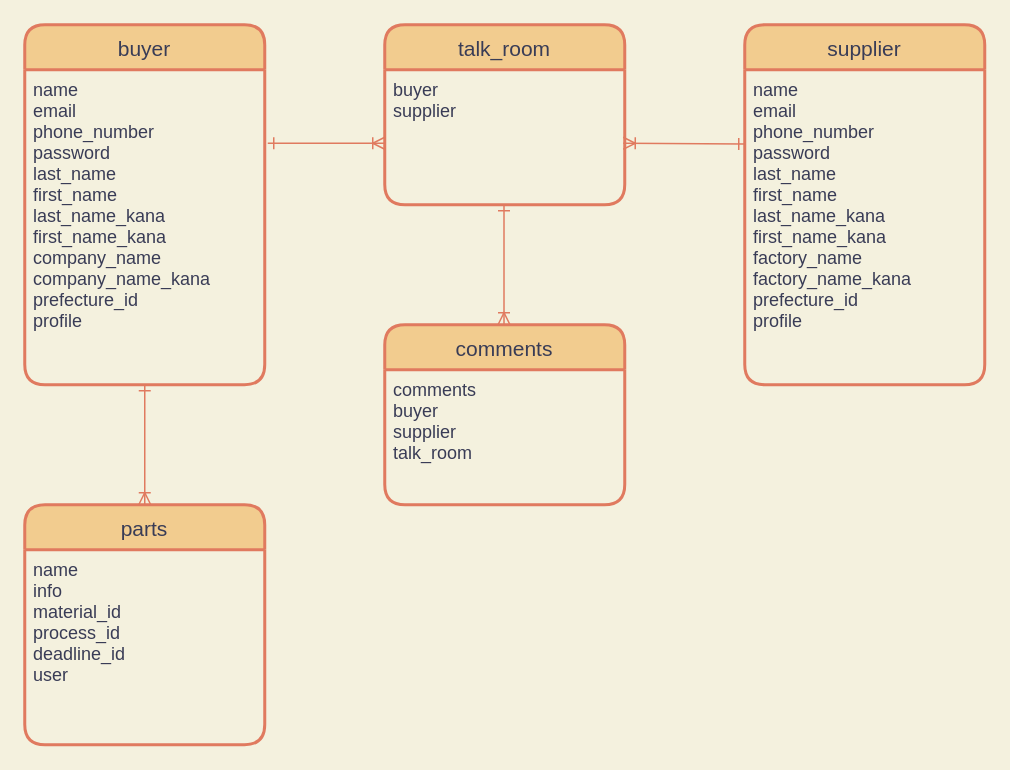
This is er.dio from kohei-san/e-supplier, a draw.io file, before an edit. Source tidied: cells renumbered, new cells numbered last; positions are measured from the earlier drawing's top-left corner, leaving out a move shared by most shapes. Both pictures are drawn from the tidied source at 150%, with x=0, y=0 at pixel (24, 24).
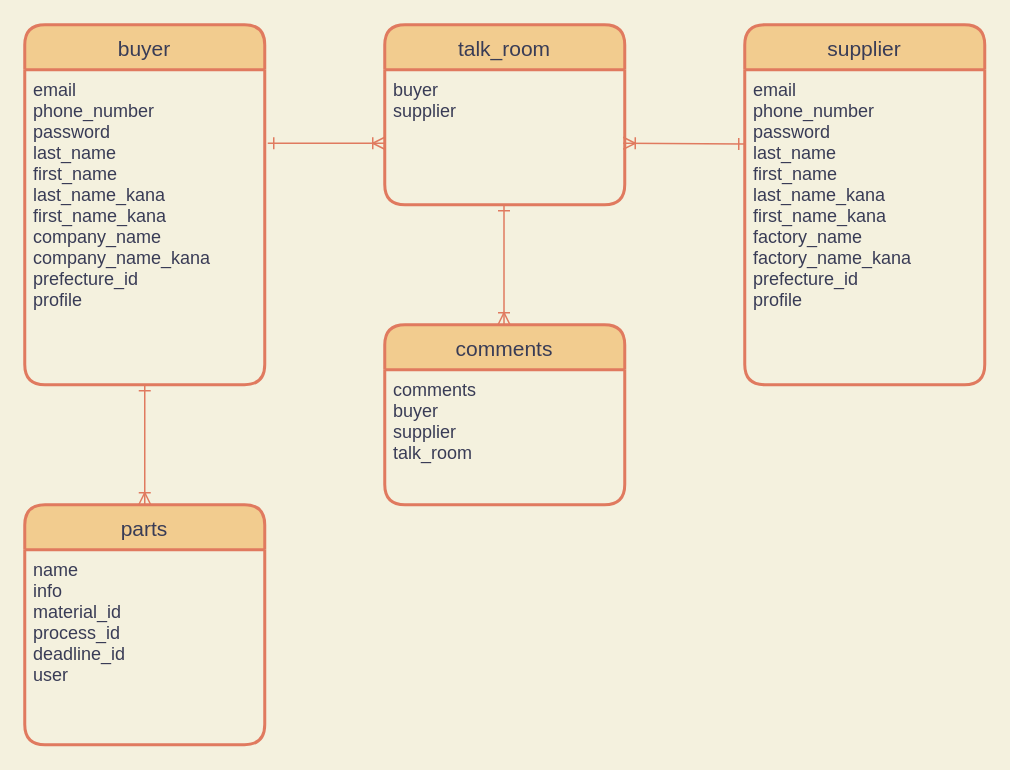
After the change.

Diff of the diagram source:
```diff
@@
 <mxGraphModel background="#F4F1DE">
   <root>
     <mxCell id="0" />
     <mxCell id="1" parent="0" />
     <mxCell id="2" value="buyer" style="swimlane;horizontal=1;startSize=30;rounded=1;fontSize=14;fontStyle=0;strokeWidth=2;shadow=0;dashed=0;align=center;fillColor=#F2CC8F;strokeColor=#E07A5F;fontColor=#393C56;" parent="1" vertex="1">
       <mxGeometry width="160" height="240" as="geometry" />
     </mxCell>
-    <mxCell id="3" value="name&#10;email&#10;phone_number&#10;password&#10;last_name&#10;first_name&#10;last_name_kana&#10;first_name_kana&#10;company_name&#10;company_name_kana&#10;prefecture_id&#10;profile" style="align=left;strokeColor=none;fillColor=none;spacingLeft=4;fontSize=12;verticalAlign=top;fontColor=#393C56;" parent="2" vertex="1">
+    <mxCell id="3" value="email&#10;phone_number&#10;password&#10;last_name&#10;first_name&#10;last_name_kana&#10;first_name_kana&#10;company_name&#10;company_name_kana&#10;prefecture_id&#10;profile" style="align=left;strokeColor=none;fillColor=none;spacingLeft=4;fontSize=12;verticalAlign=top;fontColor=#393C56;" parent="2" vertex="1">
       <mxGeometry y="30" width="160" height="210" as="geometry" />
     </mxCell>
     <mxCell id="4" value="talk_room" style="swimlane;horizontal=1;startSize=30;rounded=1;fontSize=14;fontStyle=0;strokeWidth=2;shadow=0;dashed=0;align=center;fillColor=#F2CC8F;strokeColor=#E07A5F;fontColor=#393C56;" parent="1" vertex="1">
       <mxGeometry x="240" width="160" height="120" as="geometry" />
     </mxCell>
     <mxCell id="5" value="buyer&#10;supplier" style="align=left;strokeColor=none;fillColor=none;spacingLeft=4;fontSize=12;verticalAlign=top;fontColor=#393C56;" parent="4" vertex="1">
       <mxGeometry y="30" width="160" height="90" as="geometry" />
     </mxCell>
     <mxCell id="6" value="comments" style="swimlane;horizontal=1;startSize=30;rounded=1;fontSize=14;fontStyle=0;strokeWidth=2;shadow=0;dashed=0;align=center;fillColor=#F2CC8F;strokeColor=#E07A5F;fontColor=#393C56;" parent="1" vertex="1">
       <mxGeometry x="240" y="200" width="160" height="120" as="geometry" />
     </mxCell>
     <mxCell id="7" value="comments&#10;buyer&#10;supplier&#10;talk_room" style="align=left;strokeColor=none;fillColor=none;spacingLeft=4;fontSize=12;verticalAlign=top;fontColor=#393C56;" parent="6" vertex="1">
       <mxGeometry y="30" width="160" height="90" as="geometry" />
     </mxCell>
     <mxCell id="8" value="supplier" style="swimlane;horizontal=1;startSize=30;rounded=1;fontSize=14;fontStyle=0;strokeWidth=2;shadow=0;dashed=0;align=center;fillColor=#F2CC8F;strokeColor=#E07A5F;fontColor=#393C56;" parent="1" vertex="1">
       <mxGeometry x="480" width="160" height="240" as="geometry" />
     </mxCell>
-    <mxCell id="9" value="name&#10;email&#10;phone_number&#10;password&#10;last_name&#10;first_name&#10;last_name_kana&#10;first_name_kana&#10;factory_name&#10;factory_name_kana&#10;prefecture_id&#10;profile" style="align=left;strokeColor=none;fillColor=none;spacingLeft=4;fontSize=12;verticalAlign=top;fontColor=#393C56;" parent="8" vertex="1">
+    <mxCell id="9" value="email&#10;phone_number&#10;password&#10;last_name&#10;first_name&#10;last_name_kana&#10;first_name_kana&#10;factory_name&#10;factory_name_kana&#10;prefecture_id&#10;profile" style="align=left;strokeColor=none;fillColor=none;spacingLeft=4;fontSize=12;verticalAlign=top;fontColor=#393C56;" parent="8" vertex="1">
       <mxGeometry y="30" width="160" height="210" as="geometry" />
     </mxCell>
     <mxCell id="10" value="parts" style="swimlane;horizontal=1;startSize=30;rounded=1;fontSize=14;fontStyle=0;strokeWidth=2;shadow=0;dashed=0;align=center;fillColor=#F2CC8F;strokeColor=#E07A5F;fontColor=#393C56;" parent="1" vertex="1">
       <mxGeometry y="320" width="160" height="160" as="geometry" />
     </mxCell>
     <mxCell id="11" value="name&#10;info&#10;material_id&#10;process_id&#10;deadline_id&#10;user&#10;" style="align=left;strokeColor=none;fillColor=none;spacingLeft=4;fontSize=12;verticalAlign=top;fontColor=#393C56;" parent="10" vertex="1">
       <mxGeometry y="30" width="160" height="130" as="geometry" />
     </mxCell>
     <mxCell id="12" style="edgeStyle=none;rounded=0;jettySize=auto;html=1;exitX=0.5;exitY=1;exitDx=0;exitDy=0;entryX=0.5;entryY=0;entryDx=0;entryDy=0;startArrow=ERone;startFill=0;endArrow=ERoneToMany;endFill=0;strokeColor=#E07A5F;fontColor=#393C56;labelBackgroundColor=#F4F1DE;" parent="1" edge="1" source="3" target="10">
       <mxGeometry relative="1" as="geometry" />
     </mxCell>
     <mxCell id="13" style="edgeStyle=none;rounded=0;orthogonalLoop=1;jettySize=auto;html=1;exitX=0.5;exitY=1;exitDx=0;exitDy=0;entryX=0.5;entryY=0;entryDx=0;entryDy=0;startArrow=ERone;startFill=0;endArrow=ERoneToMany;endFill=0;strokeColor=#E07A5F;fontColor=#393C56;labelBackgroundColor=#F4F1DE;" parent="1" edge="1">
       <mxGeometry relative="1" as="geometry">
         <mxPoint x="319.5" y="120" as="sourcePoint" />
         <mxPoint x="319.5" y="200" as="targetPoint" />
       </mxGeometry>
     </mxCell>
     <mxCell id="14" style="edgeStyle=none;rounded=0;orthogonalLoop=1;jettySize=auto;html=1;entryX=0;entryY=0.5;entryDx=0;entryDy=0;startArrow=ERone;startFill=0;endArrow=ERoneToMany;endFill=0;strokeColor=#E07A5F;fontColor=#393C56;labelBackgroundColor=#F4F1DE;" parent="1" edge="1">
       <mxGeometry relative="1" as="geometry">
         <mxPoint x="162" y="79" as="sourcePoint" />
         <mxPoint x="240" y="79" as="targetPoint" />
       </mxGeometry>
     </mxCell>
     <mxCell id="15" style="edgeStyle=none;rounded=0;orthogonalLoop=1;jettySize=auto;html=1;entryX=0.994;entryY=0.578;entryDx=0;entryDy=0;startArrow=ERone;startFill=0;endArrow=ERoneToMany;endFill=0;exitX=0;exitY=0.25;exitDx=0;exitDy=0;entryPerimeter=0;strokeColor=#E07A5F;fontColor=#393C56;labelBackgroundColor=#F4F1DE;" parent="1" edge="1">
       <mxGeometry relative="1" as="geometry">
         <mxPoint x="480" y="79.5" as="sourcePoint" />
         <mxPoint x="399" y="79" as="targetPoint" />
       </mxGeometry>
     </mxCell>
   </root>
 </mxGraphModel>
```
